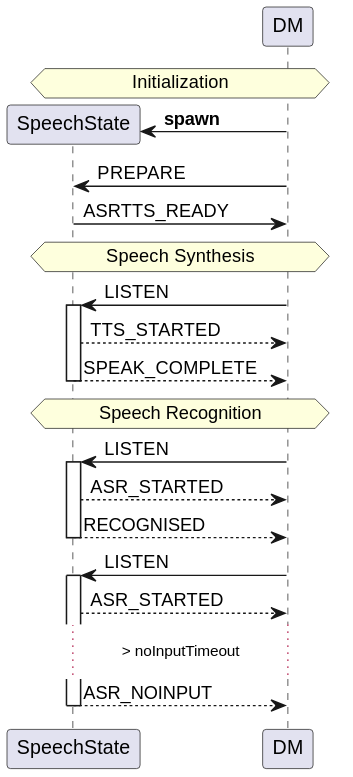
The PlantUML diagram docs/diagrams/dm-speechstate.svg in vladmaraev/speechstate, before a commit.
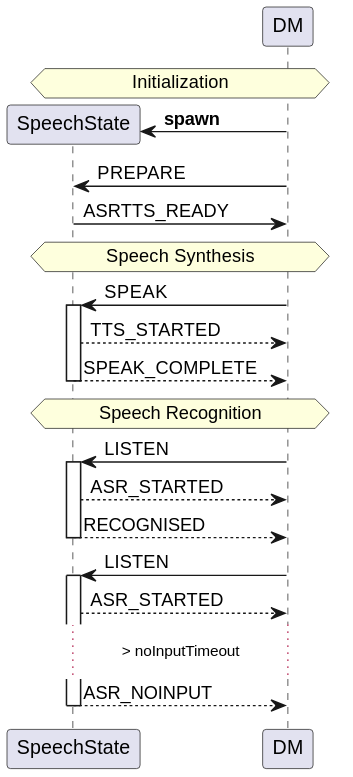
Later version of the same file.

Commit message:
Fix sequence diagram

The edit, as a diff of the source:
```diff
@@ -7,7 +7,7 @@
 DM -> SS : PREPARE
 SS -> DM : ASRTTS_READY
 hnote across: Speech Synthesis
-DM -> SS : LISTEN
+DM -> SS : SPEAK
 activate SS
 SS --> DM : TTS_STARTED
 return SPEAK_COMPLETE
```
